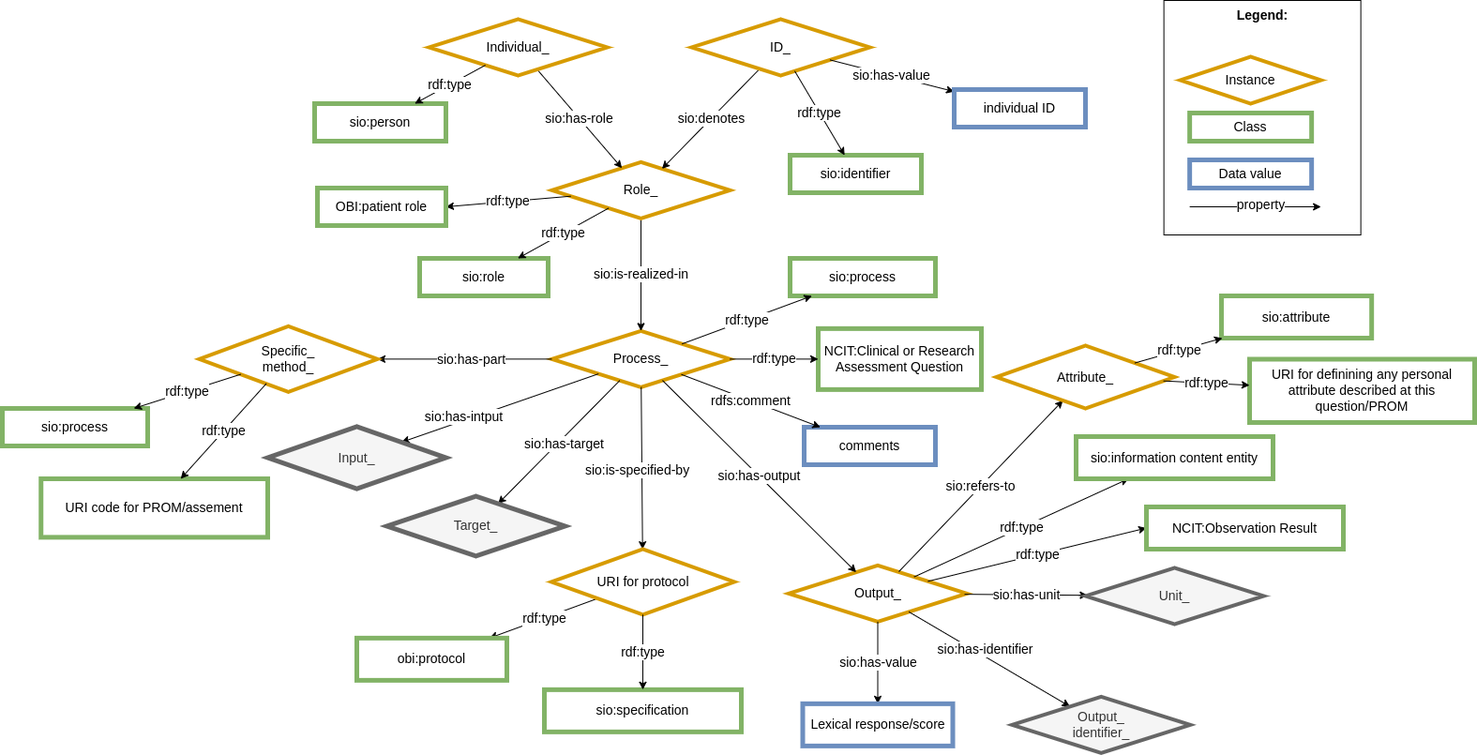
Earlier version of the draw.io export images/CARE-SM-Questionnaire.png (CARE-SM/CARE-Semantic-Model). Source tidied: cells renumbered, new cells last; positions are measured from the earlier drawing's top-left corner, leaving out a move shared by most shapes.
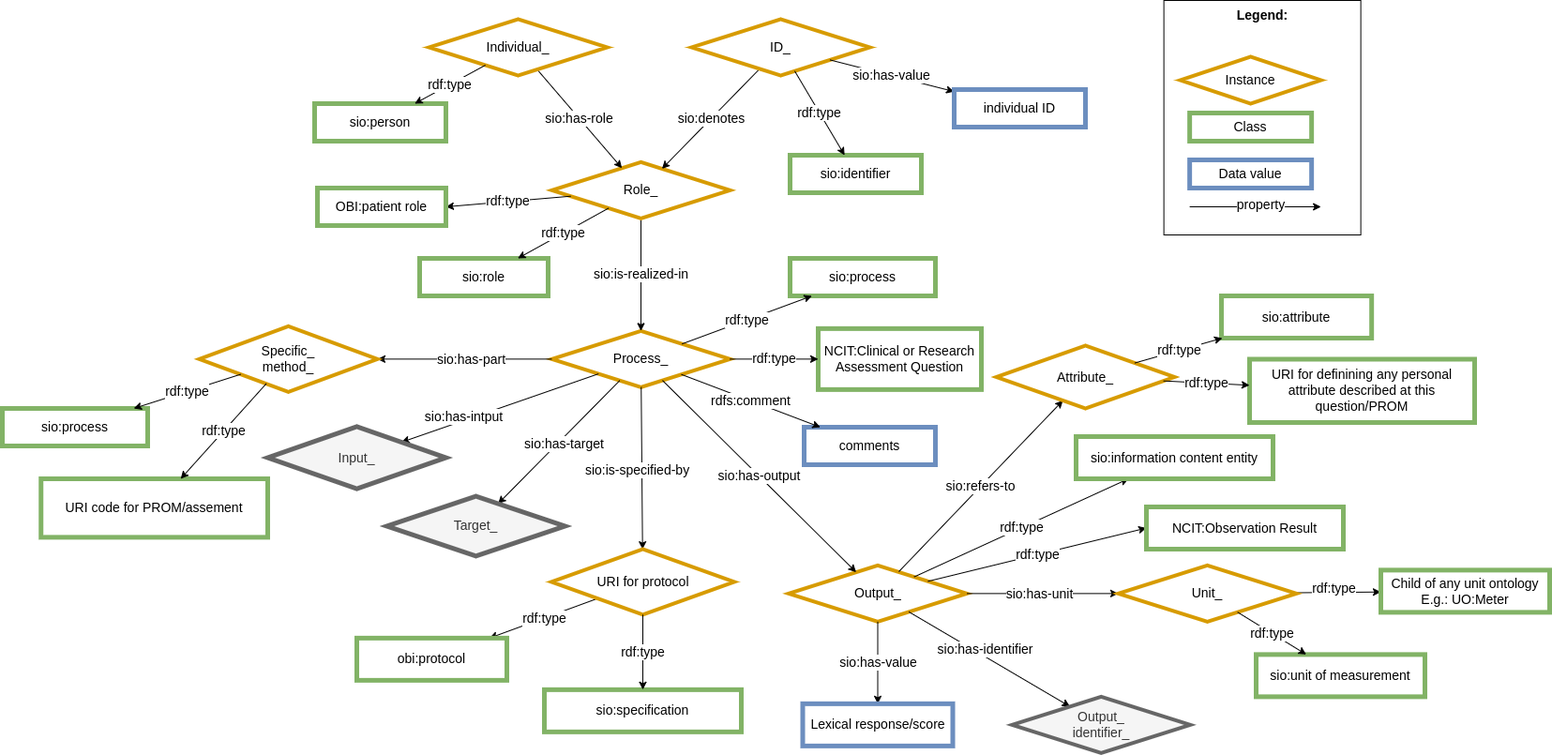
The same file after the commit.

The edit, as a diff of the source:
```diff
@@ -60,7 +60,7 @@
         <mxPoint x="-4" y="19" as="offset" />
       </mxGeometry>
     </mxCell>
-    <mxCell id="20" style="edgeStyle=none;rounded=0;jettySize=auto;html=1;fontSize=14;" parent="1" edge="1" source="2" target="51">
+    <mxCell id="20" style="edgeStyle=none;rounded=0;jettySize=auto;html=1;fontSize=14;entryX=0;entryY=0.5;entryDx=0;entryDy=0;" parent="1" edge="1" source="2" target="51">
       <mxGeometry relative="1" as="geometry" />
     </mxCell>
     <mxCell id="21" value="sio:has-unit" style="edgeLabel;html=1;align=center;verticalAlign=middle;fontSize=14;" parent="20" vertex="1">
@@ -164,9 +164,6 @@
     <mxCell id="50" value="rdf:type" style="edgeStyle=none;rounded=0;jettySize=auto;html=1;fontSize=14;" parent="1" edge="1" source="3" target="5">
       <mxGeometry relative="1" as="geometry" />
     </mxCell>
-    <mxCell id="51" value="Unit_" style="rhombus;whiteSpace=wrap;html=1;fillColor=#f5f5f5;strokeColor=#666666;perimeter=rhombusPerimeter;arcSize=20;comic=0;enumerate=0;strokeWidth=4;rounded=0;fontSize=14;fontColor=#333333;" parent="1" vertex="1">
-      <mxGeometry x="1155" y="605" width="190" height="60" as="geometry" />
-    </mxCell>
     <mxCell id="52" value="&lt;div style=&quot;font-size: 14px;&quot;&gt;Specific_&lt;/div&gt;&lt;div style=&quot;font-size: 14px;&quot;&gt;method_&lt;/div&gt;" style="rhombus;whiteSpace=wrap;html=1;fillColor=#FFFFFF;strokeColor=#D79B00;perimeter=rhombusPerimeter;arcSize=20;comic=0;enumerate=0;strokeWidth=4;rounded=0;fontSize=14;" parent="1" vertex="1">
       <mxGeometry x="210" y="347.4" width="190" height="70" as="geometry" />
     </mxCell>
@@ -223,5 +220,22 @@
     <mxCell id="69" value="rdf:type" style="edgeStyle=none;rounded=0;jettySize=auto;html=1;fontSize=14;" parent="1" edge="1" source="67" target="68">
       <mxGeometry relative="1" as="geometry" />
     </mxCell>
+    <mxCell id="70" value="&lt;font style=&quot;font-size: 14px;&quot;&gt;sio:unit of measurement&lt;/font&gt;" style="whiteSpace=wrap;html=1;fillColor=#FFFFFF;strokeColor=#82b366;strokeWidth=5;fontSize=14;" parent="1" vertex="1">
+      <mxGeometry x="1337" y="697.4" width="180" height="45" as="geometry" />
+    </mxCell>
+    <mxCell id="71" value="rdf:type" style="edgeStyle=none;rounded=0;jettySize=auto;html=1;fontSize=14;" parent="1" edge="1" source="51" target="72">
+      <mxGeometry x="-0.05" y="4" relative="1" as="geometry">
+        <mxPoint x="-1" as="offset" />
+      </mxGeometry>
+    </mxCell>
+    <mxCell id="72" value="Child of any unit ontology&lt;br style=&quot;font-size: 14px;&quot;&gt;E.g.: UO:Meter" style="whiteSpace=wrap;html=1;fillColor=#FFFFFF;strokeColor=#82b366;strokeWidth=5;fontSize=14;" parent="1" vertex="1">
+      <mxGeometry x="1470" y="607.4" width="180" height="45" as="geometry" />
+    </mxCell>
+    <mxCell id="51" value="Unit_" style="rhombus;whiteSpace=wrap;html=1;fillColor=#FFFFFF;strokeColor=#D79B00;perimeter=rhombusPerimeter;arcSize=20;comic=0;enumerate=0;strokeWidth=4;rounded=0;fontSize=14;" parent="1" vertex="1">
+      <mxGeometry x="1190" y="602.4" width="190" height="60" as="geometry" />
+    </mxCell>
+    <mxCell id="73" value="rdf:type" style="edgeStyle=none;rounded=0;jettySize=auto;html=1;fontSize=14;" parent="1" edge="1" source="51" target="70">
+      <mxGeometry relative="1" as="geometry" />
+    </mxCell>
   </root>
 </mxGraphModel>
```
